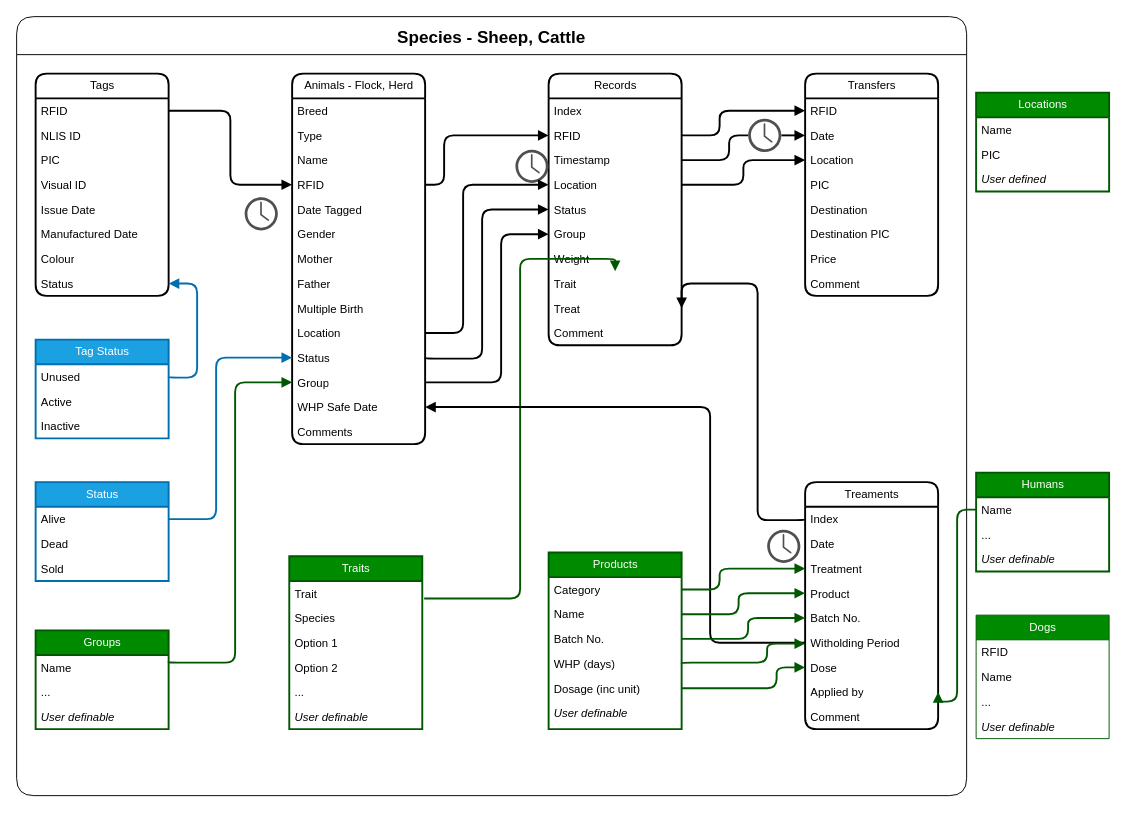
Above: t-display-AMOLED/OTR-T-Display-AMOLED/data/otrT_Display_data_layout.drawio in Minorplanets76/Open-Tag-Reader (draw.io), before the change. Source tidied: cells renumbered, new cells numbered last; positions are measured from the earlier drawing's top-left corner, leaving out a move shared by most shapes. Both pictures are drawn from the tidied source at 95%, with x=0, y=0 at pixel (16, 16).
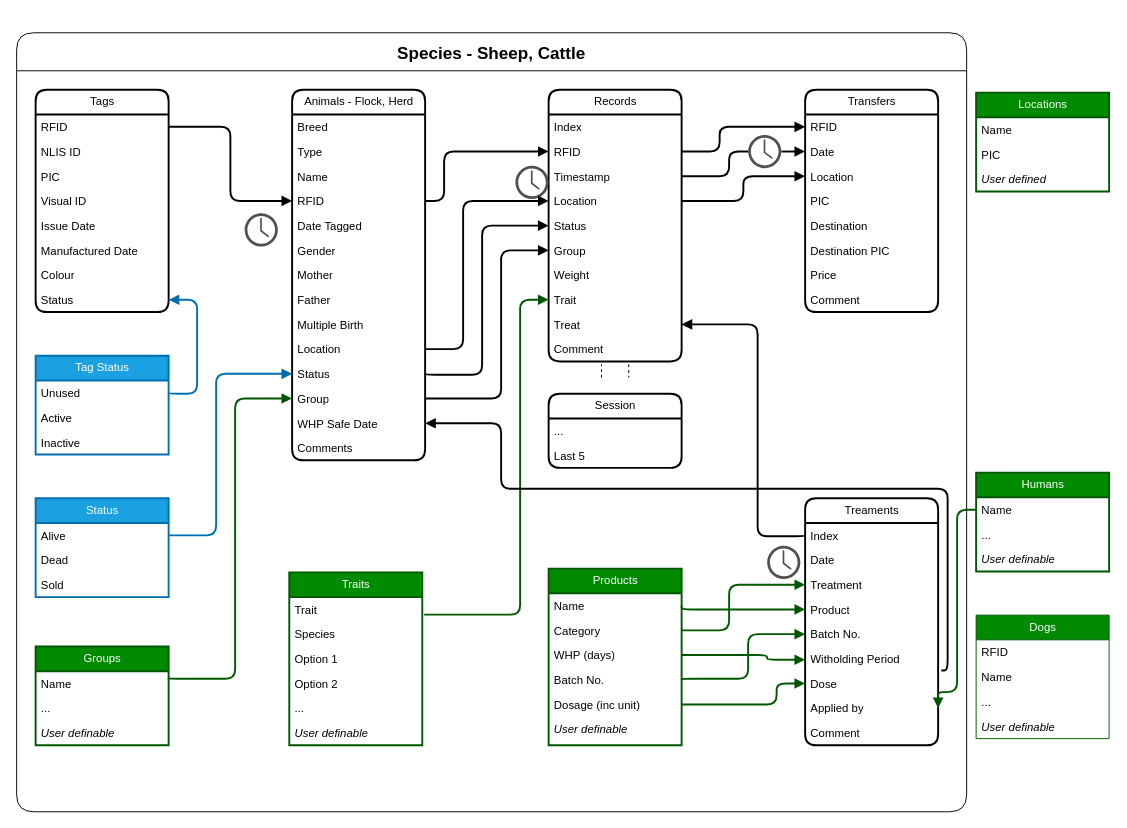
The same page after the edit.

The change refers to these unchanged cells:
```xml
<mxCell id="4" value="Index" style="text;strokeColor=none;fillColor=none;align=left;verticalAlign=top;spacingLeft=4;spacingRight=4;overflow=hidden;points=[[0,0.5],[1,0.5]];portConstraint=eastwest;whiteSpace=wrap;html=1;rounded=1;" parent="3" vertex="1">
  <mxGeometry y="26" width="140" height="26" as="geometry" />
</mxCell>
<mxCell id="6" value="Treatment" style="text;strokeColor=none;fillColor=none;align=left;verticalAlign=top;spacingLeft=4;spacingRight=4;overflow=hidden;points=[[0,0.5],[1,0.5]];portConstraint=eastwest;whiteSpace=wrap;html=1;rounded=1;" parent="3" vertex="1">
  <mxGeometry y="78" width="140" height="26" as="geometry" />
</mxCell>
<mxCell id="7" value="Product" style="text;strokeColor=none;fillColor=none;align=left;verticalAlign=top;spacingLeft=4;spacingRight=4;overflow=hidden;points=[[0,0.5],[1,0.5]];portConstraint=eastwest;whiteSpace=wrap;html=1;rounded=1;" parent="3" vertex="1">
  <mxGeometry y="104" width="140" height="26" as="geometry" />
</mxCell>
<mxCell id="8" value="Batch No." style="text;strokeColor=none;fillColor=none;align=left;verticalAlign=top;spacingLeft=4;spacingRight=4;overflow=hidden;points=[[0,0.5],[1,0.5]];portConstraint=eastwest;whiteSpace=wrap;html=1;rounded=1;" parent="3" vertex="1">
  <mxGeometry y="130" width="140" height="26" as="geometry" />
</mxCell>
<mxCell id="9" value="Witholding Period" style="text;strokeColor=none;fillColor=none;align=left;verticalAlign=top;spacingLeft=4;spacingRight=4;overflow=hidden;points=[[0,0.5],[1,0.5]];portConstraint=eastwest;whiteSpace=wrap;html=1;rounded=1;" parent="3" vertex="1">
  <mxGeometry y="156" width="140" height="26" as="geometry" />
</mxCell>
<mxCell id="11" value="Applied by" style="text;strokeColor=none;fillColor=none;align=left;verticalAlign=top;spacingLeft=4;spacingRight=4;overflow=hidden;points=[[0,0.5],[1,0.5]];portConstraint=eastwest;whiteSpace=wrap;html=1;rounded=1;" parent="3" vertex="1">
  <mxGeometry y="208" width="140" height="26" as="geometry" />
</mxCell>
<mxCell id="30" value="Trait" style="text;strokeColor=none;fillColor=none;align=left;verticalAlign=top;spacingLeft=4;spacingRight=4;overflow=hidden;points=[[0,0.5],[1,0.5]];portConstraint=eastwest;whiteSpace=wrap;html=1;rounded=1;" parent="22" vertex="1">
  <mxGeometry y="208" width="140" height="26" as="geometry" />
</mxCell>
<mxCell id="31" value="Treat" style="text;strokeColor=none;fillColor=none;align=left;verticalAlign=top;spacingLeft=4;spacingRight=4;overflow=hidden;points=[[0,0.5],[1,0.5]];portConstraint=eastwest;whiteSpace=wrap;html=1;rounded=1;" parent="22" vertex="1">
  <mxGeometry y="234" width="140" height="26" as="geometry" />
</mxCell>
<mxCell id="32" value="Comment" style="text;strokeColor=none;fillColor=none;align=left;verticalAlign=top;spacingLeft=4;spacingRight=4;overflow=hidden;points=[[0,0.5],[1,0.5]];portConstraint=eastwest;whiteSpace=wrap;html=1;rounded=1;" parent="22" vertex="1">
  <mxGeometry y="260" width="140" height="26" as="geometry" />
</mxCell>
<mxCell id="48" value="WHP Safe Date" style="text;strokeColor=none;fillColor=none;align=left;verticalAlign=top;spacingLeft=4;spacingRight=4;overflow=hidden;points=[[0,0.5],[1,0.5]];portConstraint=eastwest;whiteSpace=wrap;html=1;rounded=1;" parent="35" vertex="1">
  <mxGeometry y="338" width="140" height="26" as="geometry" />
</mxCell>
<mxCell id="79" value="Traits" style="swimlane;fontStyle=0;horizontal=1;startSize=26;fillColor=#008a00;html=1;rounded=0;fontColor=#ffffff;strokeColor=#005700;glass=0;shadow=0;strokeWidth=2;perimeterSpacing=2;" parent="2" vertex="1">
  <mxGeometry x="287" y="568" width="140" height="182" as="geometry" />
</mxCell>
<mxCell id="86" value="Products" style="swimlane;fontStyle=0;horizontal=1;startSize=26;fillColor=#008a00;html=1;rounded=0;fontColor=#ffffff;strokeColor=#005700;strokeWidth=2;perimeterSpacing=2;" parent="2" vertex="1">
  <mxGeometry x="560" y="564" width="140" height="186" as="geometry" />
</mxCell>
<mxCell id="112" value="Name" style="text;strokeColor=none;fillColor=none;align=left;verticalAlign=top;spacingLeft=4;spacingRight=4;overflow=hidden;points=[[0,0.5],[1,0.5]];portConstraint=eastwest;whiteSpace=wrap;html=1;rounded=0;" parent="111" vertex="1">
  <mxGeometry y="26" width="140" height="26" as="geometry" />
</mxCell>
```

Diff of the diagram source:
```diff
@@
     <mxCell id="2" value="Species - Sheep, Cattle" style="swimlane;fontSize=18;startSize=40;rounded=1;" parent="1" vertex="1">
-      <mxGeometry width="1000" height="820" as="geometry" />
+      <mxGeometry y="17" width="1000" height="820" as="geometry" />
     </mxCell>
@@
     <mxCell id="34" style="edgeStyle=orthogonalEdgeStyle;html=1;exitX=0;exitY=0.5;exitDx=0;exitDy=0;strokeWidth=2;endArrow=block;endFill=1;endSize=6;entryX=1;entryY=0.5;entryDx=0;entryDy=0;" parent="2" edge="1" source="4" target="31">
       <mxGeometry relative="1" as="geometry">
         <Array as="points">
           <mxPoint x="830" y="530" />
           <mxPoint x="780" y="530" />
-          <mxPoint x="780" y="281" />
+          <mxPoint x="780" y="307" />
         </Array>
       </mxGeometry>
     </mxCell>
@@
+    <mxCell id="88" value="Name" style="text;strokeColor=none;fillColor=none;align=left;verticalAlign=top;spacingLeft=4;spacingRight=4;overflow=hidden;points=[[0,0.5],[1,0.5]];portConstraint=eastwest;whiteSpace=wrap;html=1;rounded=0;" parent="86" vertex="1">
+      <mxGeometry y="26" width="140" height="26" as="geometry" />
+    </mxCell>
     <mxCell id="87" value="Category" style="text;strokeColor=none;fillColor=none;align=left;verticalAlign=top;spacingLeft=4;spacingRight=4;overflow=hidden;points=[[0,0.5],[1,0.5]];portConstraint=eastwest;whiteSpace=wrap;html=1;rounded=0;" parent="86" vertex="1">
-      <mxGeometry y="26" width="140" height="26" as="geometry" />
+      <mxGeometry y="52" width="140" height="26" as="geometry" />
     </mxCell>
-    <mxCell id="88" value="Name" style="text;strokeColor=none;fillColor=none;align=left;verticalAlign=top;spacingLeft=4;spacingRight=4;overflow=hidden;points=[[0,0.5],[1,0.5]];portConstraint=eastwest;whiteSpace=wrap;html=1;rounded=0;" parent="86" vertex="1">
-      <mxGeometry y="52" width="140" height="26" as="geometry" />
-    </mxCell>
+    <mxCell id="90" value="WHP (days)" style="text;strokeColor=none;fillColor=none;align=left;verticalAlign=top;spacingLeft=4;spacingRight=4;overflow=hidden;points=[[0,0.5],[1,0.5]];portConstraint=eastwest;whiteSpace=wrap;html=1;rounded=0;" parent="86" vertex="1">
+      <mxGeometry y="78" width="140" height="26" as="geometry" />
+    </mxCell>
     <mxCell id="89" value="Batch No." style="text;strokeColor=none;fillColor=none;align=left;verticalAlign=top;spacingLeft=4;spacingRight=4;overflow=hidden;points=[[0,0.5],[1,0.5]];portConstraint=eastwest;whiteSpace=wrap;html=1;rounded=0;" parent="86" vertex="1">
-      <mxGeometry y="78" width="140" height="26" as="geometry" />
+      <mxGeometry y="104" width="140" height="26" as="geometry" />
     </mxCell>
-    <mxCell id="90" value="WHP (days)" style="text;strokeColor=none;fillColor=none;align=left;verticalAlign=top;spacingLeft=4;spacingRight=4;overflow=hidden;points=[[0,0.5],[1,0.5]];portConstraint=eastwest;whiteSpace=wrap;html=1;rounded=0;" parent="86" vertex="1">
-      <mxGeometry y="104" width="140" height="26" as="geometry" />
-    </mxCell>
@@
-    <mxCell id="95" style="edgeStyle=orthogonalEdgeStyle;html=1;strokeWidth=2;endArrow=block;endFill=1;endSize=6;fillColor=#008a00;strokeColor=#005700;exitX=1;exitY=0.25;exitDx=0;exitDy=0;" parent="2" edge="1" source="79" target="30">
+    <mxCell id="95" style="edgeStyle=orthogonalEdgeStyle;html=1;strokeWidth=2;endArrow=block;endFill=1;endSize=6;fillColor=#008a00;strokeColor=#005700;exitX=1;exitY=0.25;exitDx=0;exitDy=0;entryX=0;entryY=0.5;entryDx=0;entryDy=0;" parent="2" edge="1" source="79" target="30">
       <mxGeometry relative="1" as="geometry">
         <Array as="points">
           <mxPoint x="530" y="613" />
-          <mxPoint x="530" y="255" />
+          <mxPoint x="530" y="281" />
         </Array>
       </mxGeometry>
     </mxCell>
@@
-    <mxCell id="98" style="edgeStyle=orthogonalEdgeStyle;html=1;exitX=0;exitY=0.5;exitDx=0;exitDy=0;entryX=1;entryY=0.5;entryDx=0;entryDy=0;strokeWidth=2;endArrow=block;endFill=1;endSize=6;" parent="2" edge="1" source="9" target="48">
+    <mxCell id="98" style="edgeStyle=orthogonalEdgeStyle;html=1;exitX=1.024;exitY=0.974;exitDx=0;exitDy=0;entryX=1;entryY=0.5;entryDx=0;entryDy=0;strokeWidth=2;endArrow=block;endFill=1;endSize=6;exitPerimeter=0;" parent="2" edge="1" source="9" target="48">
       <mxGeometry relative="1" as="geometry">
         <Array as="points">
-          <mxPoint x="730" y="659" />
-          <mxPoint x="730" y="411" />
+          <mxPoint x="980" y="671" />
+          <mxPoint x="980" y="480" />
+          <mxPoint x="510" y="480" />
+          <mxPoint x="510" y="411" />
         </Array>
       </mxGeometry>
     </mxCell>
@@
     <mxCell id="101" style="edgeStyle=orthogonalEdgeStyle;html=1;strokeWidth=2;endArrow=block;endFill=1;endSize=6;fillColor=#008a00;strokeColor=#005700;exitX=1;exitY=0.5;exitDx=0;exitDy=0;entryX=0;entryY=0.5;entryDx=0;entryDy=0;" parent="2" edge="1" source="88" target="7">
       <mxGeometry relative="1" as="geometry">
         <Array as="points">
-          <mxPoint x="760" y="629" />
-          <mxPoint x="760" y="607" />
+          <mxPoint x="700" y="607" />
         </Array>
       </mxGeometry>
     </mxCell>
     <mxCell id="102" style="edgeStyle=orthogonalEdgeStyle;html=1;strokeWidth=2;endArrow=block;endFill=1;endSize=6;fillColor=#008a00;strokeColor=#005700;exitX=1;exitY=0.5;exitDx=0;exitDy=0;entryX=0;entryY=0.5;entryDx=0;entryDy=0;" parent="2" edge="1" source="87" target="6">
       <mxGeometry relative="1" as="geometry">
         <Array as="points">
-          <mxPoint x="740" y="603" />
-          <mxPoint x="740" y="581" />
+          <mxPoint x="750" y="629" />
+          <mxPoint x="750" y="581" />
         </Array>
       </mxGeometry>
     </mxCell>
     <mxCell id="103" style="edgeStyle=orthogonalEdgeStyle;html=1;strokeWidth=2;endArrow=block;endFill=1;endSize=6;fillColor=#008a00;strokeColor=#005700;exitX=1;exitY=0.5;exitDx=0;exitDy=0;" parent="2" edge="1" source="90">
       <mxGeometry relative="1" as="geometry">
         <mxPoint x="830" y="660" as="targetPoint" />
         <Array as="points">
-          <mxPoint x="700" y="680" />
-          <mxPoint x="790" y="680" />
+          <mxPoint x="790" y="655" />
           <mxPoint x="790" y="660" />
         </Array>
       </mxGeometry>
     </mxCell>
@@
     <mxCell id="105" style="edgeStyle=orthogonalEdgeStyle;html=1;strokeWidth=2;endArrow=block;endFill=1;endSize=6;fillColor=#008a00;strokeColor=#005700;exitX=1;exitY=0.5;exitDx=0;exitDy=0;entryX=0;entryY=0.5;entryDx=0;entryDy=0;" parent="2" edge="1" source="89" target="8">
       <mxGeometry relative="1" as="geometry">
         <Array as="points">
-          <mxPoint x="770" y="655" />
+          <mxPoint x="700" y="680" />
+          <mxPoint x="770" y="680" />
           <mxPoint x="770" y="633" />
         </Array>
       </mxGeometry>
     </mxCell>
@@
+    <mxCell id="121" value="Session" style="swimlane;fontStyle=0;horizontal=1;startSize=26;fillColor=none;html=1;rounded=1;strokeWidth=2;perimeterSpacing=2;" parent="2" vertex="1">
+      <mxGeometry x="560" y="380" width="140" height="78" as="geometry" />
+    </mxCell>
+    <mxCell id="122" value="..." style="text;strokeColor=none;fillColor=none;align=left;verticalAlign=top;spacingLeft=4;spacingRight=4;overflow=hidden;whiteSpace=wrap;html=1;rounded=1;" parent="121" vertex="1">
+      <mxGeometry y="26" width="140" height="26" as="geometry" />
+    </mxCell>
+    <mxCell id="123" value="Last 5" style="text;strokeColor=none;fillColor=none;align=left;verticalAlign=top;spacingLeft=4;spacingRight=4;overflow=hidden;whiteSpace=wrap;html=1;rounded=1;" parent="121" vertex="1">
+      <mxGeometry y="52" width="140" height="26" as="geometry" />
+    </mxCell>
@@
     <mxCell id="120" style="edgeStyle=orthogonalEdgeStyle;html=1;strokeWidth=2;endArrow=block;endFill=1;endSize=6;fillColor=#008a00;strokeColor=#005700;exitX=0;exitY=0.5;exitDx=0;exitDy=0;entryX=1;entryY=0.5;entryDx=0;entryDy=0;" parent="1" edge="1" source="112" target="11">
       <mxGeometry relative="1" as="geometry">
         <Array as="points">
           <mxPoint x="990" y="519" />
-          <mxPoint x="990" y="721" />
+          <mxPoint x="990" y="711" />
         </Array>
       </mxGeometry>
     </mxCell>
+    <mxCell id="124" style="shape=link;html=1;entryX=0.5;entryY=1.115;entryDx=0;entryDy=0;entryPerimeter=0;width=28.666666666666664;dashed=1;" parent="1" edge="1" target="32">
+      <mxGeometry relative="1" as="geometry">
+        <mxPoint x="630" y="380" as="sourcePoint" />
+      </mxGeometry>
+    </mxCell>
```
